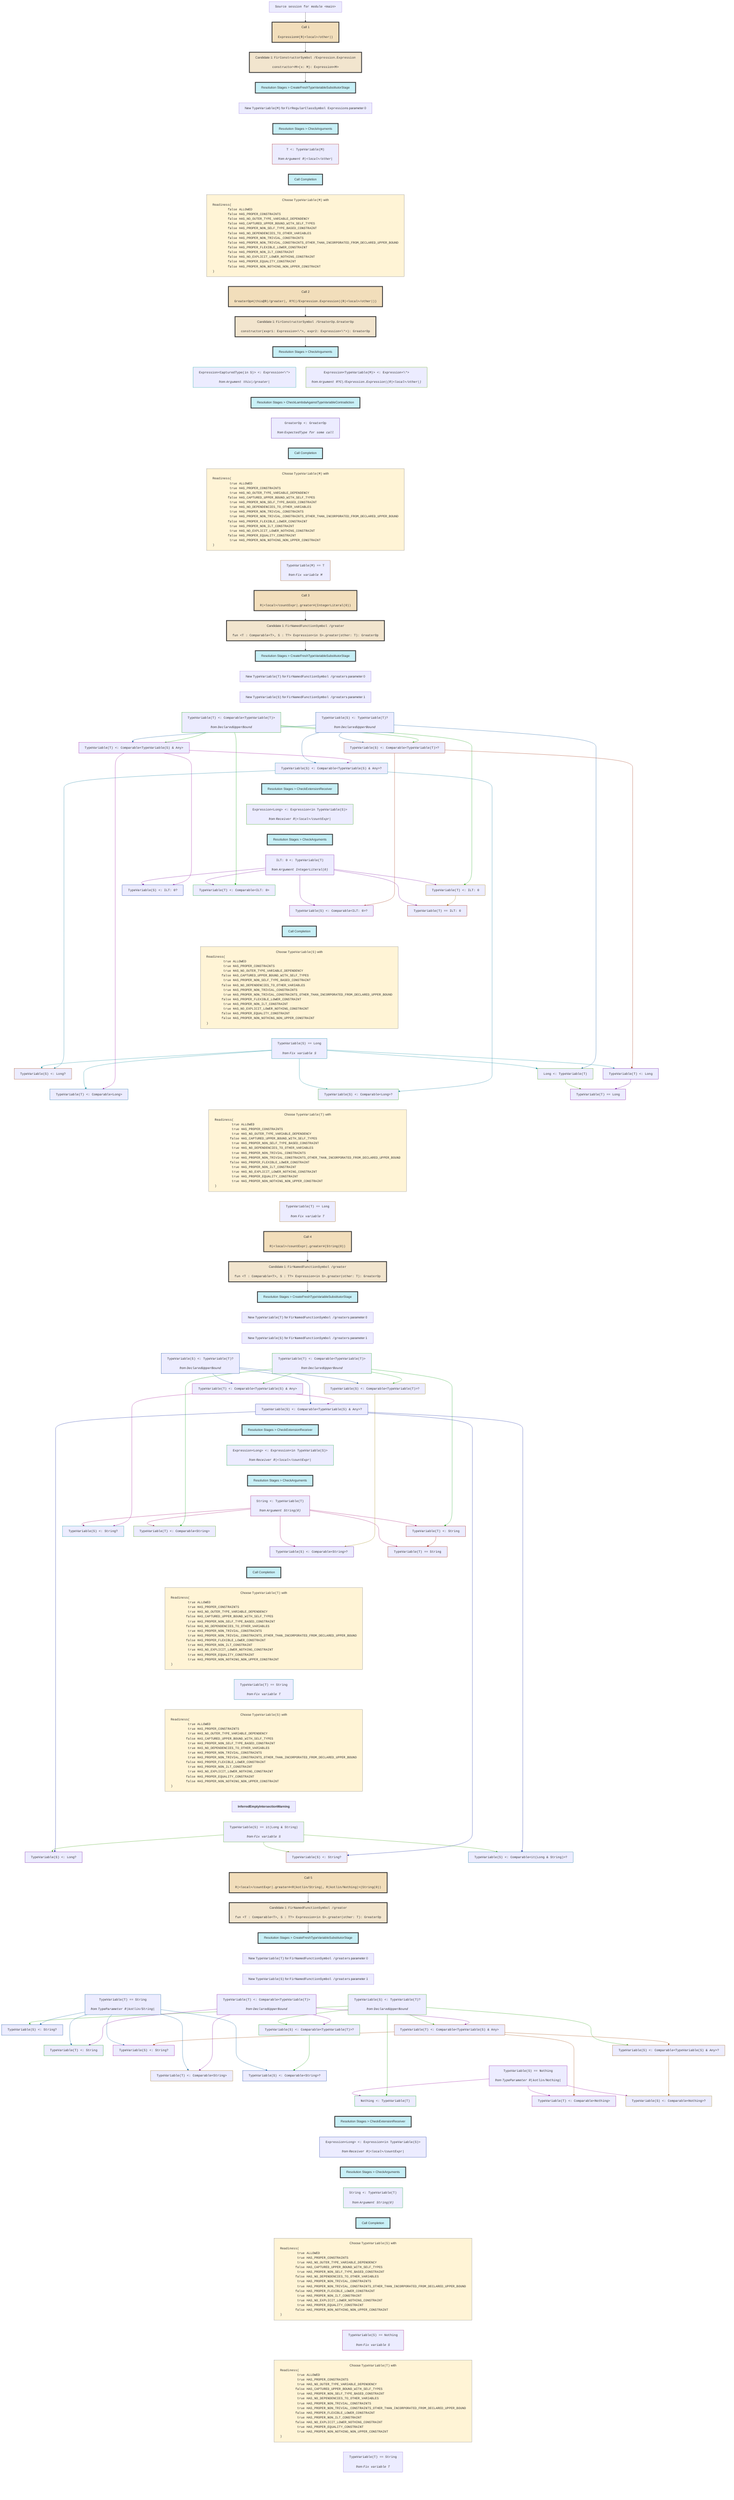
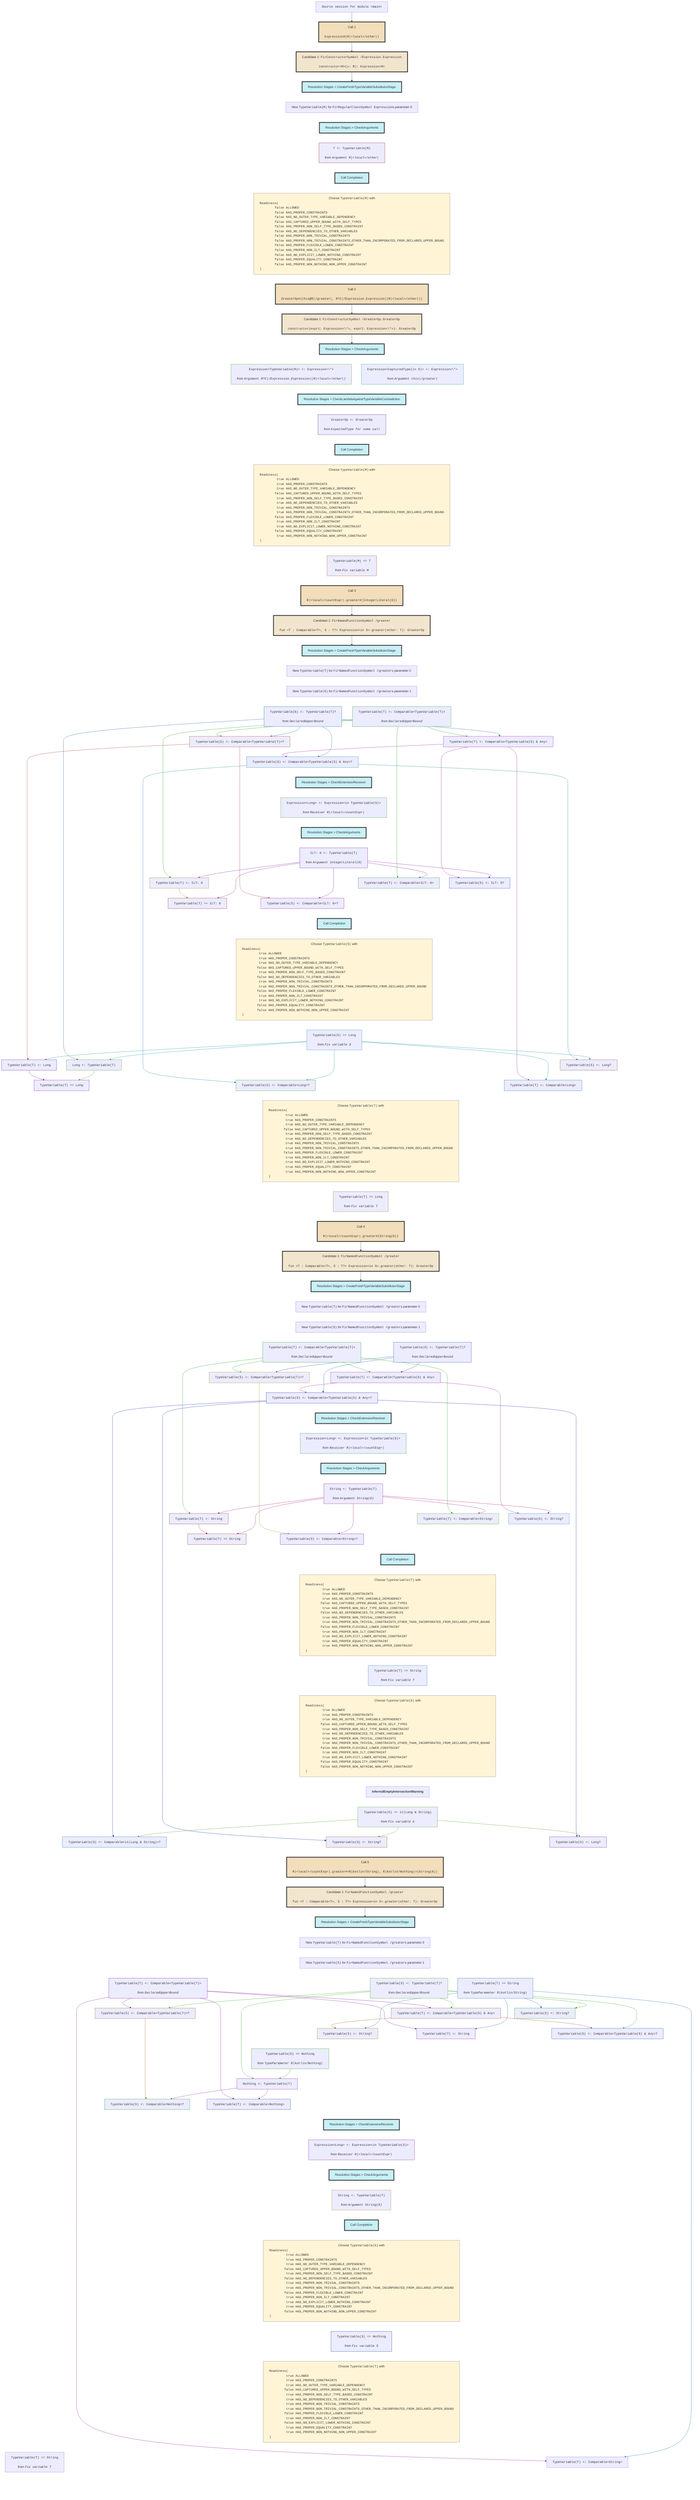
flowchart TD
    classDef nowrapClass text-align:center,white-space:nowrap;
    classDef callStyle fill:#f2debb,stroke:#333,stroke-width:4px;
    classDef candidateStyle fill:#f2e5ce,stroke:#333,stroke-width:4px;
    classDef stageStyle fill:#c8f0f7,stroke:#333,stroke-width:4px;
    classDef readinessStyle fill:#fff4d6,stroke:#777,stroke-width:1px;

    session0["<tt>Source session for module &lt;main></tt>"]
    class session0 nowrapClass;

    session0 --> call1

    call1["Call 1<br><br><pre style="display: inline-block;vertical-align: middle;text-align: left;margin: 0;"><tt>Expression#(R|&lt;local>/other|)</tt></pre>"]
    class call1 nowrapClass;
    class call1 callStyle;

    call1 --> candidate2

    candidate2["Candidate 1: <tt>FirConstructorSymbol /Expression.Expression</tt><br><br><pre style="display: inline-block;vertical-align: middle;text-align: left;margin: 0;"><tt>constructor&lt;M>(x: M): Expression&lt;M></tt></pre>"]
    class candidate2 nowrapClass;
    class candidate2 candidateStyle;

    candidate2 --> stage3

    stage3["Resolution Stages > CreateFreshTypeVariableSubstitutorStage"]
    class stage3 nowrapClass;
    class stage3 stageStyle;

    stage3 ~~~ newVariable4

    newVariable4["New <tt>TypeVariable(M)</tt> for <tt>FirRegularClassSymbol Expression</tt>s parameter 0"]
    class newVariable4 nowrapClass;

    newVariable4 ~~~ stage5

    stage5["Resolution Stages > CheckArguments"]
    class stage5 nowrapClass;
    class stage5 stageStyle;
    constraint6["<tt>T &lt;: TypeVariable(M)</tt><br><br><i><div style="display: inline-block;vertical-align: middle;">from</div> <pre style="display: inline-block;vertical-align: middle;text-align: left;margin: 0;"><tt>Argument R|&lt;local>/other|</tt></pre></i>"]
    class constraint6 nowrapClass;
    stage5 ~~~ constraint6

    constraint6 ~~~ stage7

    stage7["Call Completion"]
    class stage7 nowrapClass;
    class stage7 stageStyle;

    stage7 ~~~ variableReadiness8

    variableReadiness8["Choose <tt>TypeVariable(M)</tt> with <pre style="display: inline-block;vertical-align: middle;text-align: left;margin: 0;"><tt>Readiness(
	false ALLOWED
	false HAS_PROPER_CONSTRAINTS
	false HAS_NO_OUTER_TYPE_VARIABLE_DEPENDENCY
	false HAS_CAPTURED_UPPER_BOUND_WITH_SELF_TYPES
	false HAS_PROPER_NON_SELF_TYPE_BASED_CONSTRAINT
	false HAS_NO_DEPENDENCIES_TO_OTHER_VARIABLES
	false HAS_PROPER_NON_TRIVIAL_CONSTRAINTS
	false HAS_PROPER_NON_TRIVIAL_CONSTRAINTS_OTHER_THAN_INCORPORATED_FROM_DECLARED_UPPER_BOUND
	false HAS_PROPER_FLEXIBLE_LOWER_CONSTRAINT
	false HAS_PROPER_NON_ILT_CONSTRAINT
	false HAS_NO_EXPLICIT_LOWER_NOTHING_CONSTRAINT
	false HAS_PROPER_EQUALITY_CONSTRAINT
	false HAS_PROPER_NON_NOTHING_NON_UPPER_CONSTRAINT
)</tt></pre>"]
    class variableReadiness8 nowrapClass;
    class variableReadiness8 readinessStyle;

    variableReadiness8 ~~~ call9

    call9["Call 2<br><br><pre style="display: inline-block;vertical-align: middle;text-align: left;margin: 0;"><tt>GreaterOp#(this@R|/greater|, R?C|/Expression.Expression|(R|&lt;local>/other|))</tt></pre>"]
    class call9 nowrapClass;
    class call9 callStyle;

    call9 --> candidate10

    candidate10["Candidate 1: <tt>FirConstructorSymbol /GreaterOp.GreaterOp</tt><br><br><pre style="display: inline-block;vertical-align: middle;text-align: left;margin: 0;"><tt>constructor(expr1: Expression&lt;\*>, expr2: Expression&lt;\*>): GreaterOp</tt></pre>"]
    class candidate10 nowrapClass;
    class candidate10 candidateStyle;

    candidate10 --> stage11

    stage11["Resolution Stages > CheckArguments"]
    class stage11 nowrapClass;
    class stage11 stageStyle;
    constraint12["<tt>Expression&lt;CapturedType(in S)> &lt;: Expression&lt;\*></tt><br><br><i><div style="display: inline-block;vertical-align: middle;">from</div> <pre style="display: inline-block;vertical-align: middle;text-align: left;margin: 0;"><tt>Argument this|/greater|</tt></pre></i>"]
    class constraint12 nowrapClass;
    stage11 ~~~ constraint12
    constraint13["<tt>Expression&lt;TypeVariable(M)> &lt;: Expression&lt;\*></tt><br><br><i><div style="display: inline-block;vertical-align: middle;">from</div> <pre style="display: inline-block;vertical-align: middle;text-align: left;margin: 0;"><tt>Argument R?C|/Expression.Expression|(R|&lt;local>/other|)</tt></pre></i>"]
    class constraint13 nowrapClass;
    stage11 ~~~ constraint13

    constraint12 ~~~ stage14
    constraint13 ~~~ stage14

    stage14["Resolution Stages > CheckLambdaAgainstTypeVariableContradiction"]
    class stage14 nowrapClass;
    class stage14 stageStyle;
    constraint15["<tt>GreaterOp &lt;: GreaterOp</tt><br><br><i><div style="display: inline-block;vertical-align: middle;">from</div> <pre style="display: inline-block;vertical-align: middle;text-align: left;margin: 0;"><tt>ExpectedType for some call</tt></pre></i>"]
    class constraint15 nowrapClass;
    stage14 ~~~ constraint15

    constraint15 ~~~ stage16

    stage16["Call Completion"]
    class stage16 nowrapClass;
    class stage16 stageStyle;

    stage16 ~~~ variableReadiness17

    variableReadiness17["Choose <tt>TypeVariable(M)</tt> with <pre style="display: inline-block;vertical-align: middle;text-align: left;margin: 0;"><tt>Readiness(
	 true ALLOWED
	 true HAS_PROPER_CONSTRAINTS
	 true HAS_NO_OUTER_TYPE_VARIABLE_DEPENDENCY
	false HAS_CAPTURED_UPPER_BOUND_WITH_SELF_TYPES
	 true HAS_PROPER_NON_SELF_TYPE_BASED_CONSTRAINT
	 true HAS_NO_DEPENDENCIES_TO_OTHER_VARIABLES
	 true HAS_PROPER_NON_TRIVIAL_CONSTRAINTS
	 true HAS_PROPER_NON_TRIVIAL_CONSTRAINTS_OTHER_THAN_INCORPORATED_FROM_DECLARED_UPPER_BOUND
	false HAS_PROPER_FLEXIBLE_LOWER_CONSTRAINT
	 true HAS_PROPER_NON_ILT_CONSTRAINT
	 true HAS_NO_EXPLICIT_LOWER_NOTHING_CONSTRAINT
	false HAS_PROPER_EQUALITY_CONSTRAINT
	 true HAS_PROPER_NON_NOTHING_NON_UPPER_CONSTRAINT
)</tt></pre>"]
    class variableReadiness17 nowrapClass;
    class variableReadiness17 readinessStyle;
    constraint18["<tt>TypeVariable(M) == T</tt><br><br><i><div style="display: inline-block;vertical-align: middle;">from</div> <pre style="display: inline-block;vertical-align: middle;text-align: left;margin: 0;"><tt>Fix variable M</tt></pre></i>"]
    class constraint18 nowrapClass;
    variableReadiness17 ~~~ constraint18

    constraint18 ~~~ call19

    call19["Call 3<br><br><pre style="display: inline-block;vertical-align: middle;text-align: left;margin: 0;"><tt>R|&lt;local>/countExpr|.greater#(IntegerLiteral(0))</tt></pre>"]
    class call19 nowrapClass;
    class call19 callStyle;

    call19 --> candidate20

    candidate20["Candidate 1: <tt>FirNamedFunctionSymbol /greater</tt><br><br><pre style="display: inline-block;vertical-align: middle;text-align: left;margin: 0;"><tt>fun &lt;T : Comparable&lt;T>, S : T?> Expression&lt;in S>.greater(other: T): GreaterOp
</tt></pre>"]
    class candidate20 nowrapClass;
    class candidate20 candidateStyle;

    candidate20 --> stage21

    stage21["Resolution Stages > CreateFreshTypeVariableSubstitutorStage"]
    class stage21 nowrapClass;
    class stage21 stageStyle;

    stage21 ~~~ newVariable22

    newVariable22["New <tt>TypeVariable(T)</tt> for <tt>FirNamedFunctionSymbol /greater</tt>s parameter 0"]
    class newVariable22 nowrapClass;

    newVariable22 ~~~ newVariable23

    newVariable23["New <tt>TypeVariable(S)</tt> for <tt>FirNamedFunctionSymbol /greater</tt>s parameter 1"]
    class newVariable23 nowrapClass;
    constraint24["<tt>TypeVariable(T) &lt;: Comparable&lt;TypeVariable(T)></tt><br><br><i><div style="display: inline-block;vertical-align: middle;">from</div> <pre style="display: inline-block;vertical-align: middle;text-align: left;margin: 0;"><tt>DeclaredUpperBound</tt></pre></i>"]
    class constraint24 nowrapClass;
    newVariable23 ~~~ constraint24
    constraint25["<tt>TypeVariable(S) &lt;: TypeVariable(T)?</tt><br><br><i><div style="display: inline-block;vertical-align: middle;">from</div> <pre style="display: inline-block;vertical-align: middle;text-align: left;margin: 0;"><tt>DeclaredUpperBound</tt></pre></i>"]
    class constraint25 nowrapClass;
    newVariable23 ~~~ constraint25
    constraint26["<tt>TypeVariable(S) &lt;: Comparable&lt;TypeVariable(T)>?</tt>"]
    class constraint26 nowrapClass;
    constraint25 --> constraint26
    constraint24 --> constraint26
    constraint27["<tt>TypeVariable(T) &lt;: Comparable&lt;TypeVariable(S) &amp; Any></tt>"]
    class constraint27 nowrapClass;
    constraint25 --> constraint27
    constraint24 --> constraint27
    constraint28["<tt>TypeVariable(S) &lt;: Comparable&lt;TypeVariable(S) &amp; Any>?</tt>"]
    class constraint28 nowrapClass;
    constraint25 ---> constraint28
    constraint27 --> constraint28

    constraint26 ~~~~ stage29
    constraint28 ~~~ stage29

    stage29["Resolution Stages > CheckExtensionReceiver"]
    class stage29 nowrapClass;
    class stage29 stageStyle;
    constraint30["<tt>Expression&lt;Long> &lt;: Expression&lt;in TypeVariable(S)></tt><br><br><i><div style="display: inline-block;vertical-align: middle;">from</div> <pre style="display: inline-block;vertical-align: middle;text-align: left;margin: 0;"><tt>Receiver R|&lt;local>/countExpr|</tt></pre></i>"]
    class constraint30 nowrapClass;
    stage29 ~~~ constraint30

    constraint30 ~~~ stage31

    stage31["Resolution Stages > CheckArguments"]
    class stage31 nowrapClass;
    class stage31 stageStyle;
    constraint32["<tt>ILT: 0 &lt;: TypeVariable(T)</tt><br><br><i><div style="display: inline-block;vertical-align: middle;">from</div> <pre style="display: inline-block;vertical-align: middle;text-align: left;margin: 0;"><tt>Argument IntegerLiteral(0)</tt></pre></i>"]
    class constraint32 nowrapClass;
    stage31 ~~~ constraint32
    constraint33["<tt>TypeVariable(T) &lt;: ILT: 0</tt>"]
    class constraint33 nowrapClass;
    constraint32 --> constraint33
    constraint24 --> constraint33
    constraint34["<tt>TypeVariable(S) &lt;: ILT: 0?</tt>"]
    class constraint34 nowrapClass;
    constraint32 --> constraint34
    constraint27 --> constraint34
    constraint35["<tt>TypeVariable(T) &lt;: Comparable&lt;ILT: 0></tt>"]
    class constraint35 nowrapClass;
    constraint32 --> constraint35
    constraint24 --> constraint35
    constraint36["<tt>TypeVariable(S) &lt;: Comparable&lt;ILT: 0>?</tt>"]
    class constraint36 nowrapClass;
    constraint32 ---> constraint36
    constraint26 --> constraint36
    constraint37["<tt>TypeVariable(T) == ILT: 0</tt>"]
    class constraint37 nowrapClass;
    constraint32 ---> constraint37
    constraint33 --> constraint37

    constraint34 ~~~~ stage38
    constraint35 ~~~~ stage38
    constraint36 ~~~ stage38
    constraint37 ~~~ stage38

    stage38["Call Completion"]
    class stage38 nowrapClass;
    class stage38 stageStyle;

    stage38 ~~~ variableReadiness39

    variableReadiness39["Choose <tt>TypeVariable(S)</tt> with <pre style="display: inline-block;vertical-align: middle;text-align: left;margin: 0;"><tt>Readiness(
	 true ALLOWED
	 true HAS_PROPER_CONSTRAINTS
	 true HAS_NO_OUTER_TYPE_VARIABLE_DEPENDENCY
	false HAS_CAPTURED_UPPER_BOUND_WITH_SELF_TYPES
	 true HAS_PROPER_NON_SELF_TYPE_BASED_CONSTRAINT
	false HAS_NO_DEPENDENCIES_TO_OTHER_VARIABLES
	 true HAS_PROPER_NON_TRIVIAL_CONSTRAINTS
	 true HAS_PROPER_NON_TRIVIAL_CONSTRAINTS_OTHER_THAN_INCORPORATED_FROM_DECLARED_UPPER_BOUND
	false HAS_PROPER_FLEXIBLE_LOWER_CONSTRAINT
	 true HAS_PROPER_NON_ILT_CONSTRAINT
	 true HAS_NO_EXPLICIT_LOWER_NOTHING_CONSTRAINT
	false HAS_PROPER_EQUALITY_CONSTRAINT
	false HAS_PROPER_NON_NOTHING_NON_UPPER_CONSTRAINT
)</tt></pre>"]
    class variableReadiness39 nowrapClass;
    class variableReadiness39 readinessStyle;
    constraint41["<tt>TypeVariable(S) == Long</tt><br><br><i><div style="display: inline-block;vertical-align: middle;">from</div> <pre style="display: inline-block;vertical-align: middle;text-align: left;margin: 0;"><tt>Fix variable S</tt></pre></i>"]
    class constraint41 nowrapClass;
    variableReadiness39 ~~~ constraint41
    constraint42["<tt>Long &lt;: TypeVariable(T)</tt>"]
    class constraint42 nowrapClass;
    constraint41 --> constraint42
    constraint25 --> constraint42
    constraint43["<tt>TypeVariable(T) &lt;: Long</tt>"]
    class constraint43 nowrapClass;
    constraint41 --> constraint43
    constraint26 --> constraint43
    constraint44["<tt>TypeVariable(S) &lt;: Long?</tt>"]
    class constraint44 nowrapClass;
    constraint41 --> constraint44
    constraint28 --> constraint44
    constraint45["<tt>TypeVariable(T) &lt;: Comparable&lt;Long></tt>"]
    class constraint45 nowrapClass;
    constraint41 ---> constraint45
    constraint27 --> constraint45
    constraint46["<tt>TypeVariable(S) &lt;: Comparable&lt;Long>?</tt>"]
    class constraint46 nowrapClass;
    constraint41 ---> constraint46
    constraint28 --> constraint46
    constraint47["<tt>TypeVariable(T) == Long</tt>"]
    class constraint47 nowrapClass;
    constraint42 --> constraint47
    constraint43 --> constraint47

    constraint44 ~~~~ variableReadiness40
    constraint45 ~~~ variableReadiness40
    constraint46 ~~~ variableReadiness40
    constraint47 ~~~ variableReadiness40

    variableReadiness40["Choose <tt>TypeVariable(T)</tt> with <pre style="display: inline-block;vertical-align: middle;text-align: left;margin: 0;"><tt>Readiness(
	 true ALLOWED
	 true HAS_PROPER_CONSTRAINTS
	 true HAS_NO_OUTER_TYPE_VARIABLE_DEPENDENCY
	false HAS_CAPTURED_UPPER_BOUND_WITH_SELF_TYPES
	 true HAS_PROPER_NON_SELF_TYPE_BASED_CONSTRAINT
	 true HAS_NO_DEPENDENCIES_TO_OTHER_VARIABLES
	 true HAS_PROPER_NON_TRIVIAL_CONSTRAINTS
	 true HAS_PROPER_NON_TRIVIAL_CONSTRAINTS_OTHER_THAN_INCORPORATED_FROM_DECLARED_UPPER_BOUND
	false HAS_PROPER_FLEXIBLE_LOWER_CONSTRAINT
	 true HAS_PROPER_NON_ILT_CONSTRAINT
	 true HAS_NO_EXPLICIT_LOWER_NOTHING_CONSTRAINT
	 true HAS_PROPER_EQUALITY_CONSTRAINT
	 true HAS_PROPER_NON_NOTHING_NON_UPPER_CONSTRAINT
)</tt></pre>"]
    class variableReadiness40 nowrapClass;
    class variableReadiness40 readinessStyle;
    constraint48["<tt>TypeVariable(T) == Long</tt><br><br><i><div style="display: inline-block;vertical-align: middle;">from</div> <pre style="display: inline-block;vertical-align: middle;text-align: left;margin: 0;"><tt>Fix variable T</tt></pre></i>"]
    class constraint48 nowrapClass;
    variableReadiness40 ~~~ constraint48

    constraint48 ~~~ call49

    call49["Call 4<br><br><pre style="display: inline-block;vertical-align: middle;text-align: left;margin: 0;"><tt>R|&lt;local>/countExpr|.greater#(String(0))</tt></pre>"]
    class call49 nowrapClass;
    class call49 callStyle;

    call49 --> candidate50

    candidate50["Candidate 1: <tt>FirNamedFunctionSymbol /greater</tt><br><br><pre style="display: inline-block;vertical-align: middle;text-align: left;margin: 0;"><tt>fun &lt;T : Comparable&lt;T>, S : T?> Expression&lt;in S>.greater(other: T): GreaterOp
</tt></pre>"]
    class candidate50 nowrapClass;
    class candidate50 candidateStyle;

    candidate50 --> stage51

    stage51["Resolution Stages > CreateFreshTypeVariableSubstitutorStage"]
    class stage51 nowrapClass;
    class stage51 stageStyle;

    stage51 ~~~ newVariable52

    newVariable52["New <tt>TypeVariable(T)</tt> for <tt>FirNamedFunctionSymbol /greater</tt>s parameter 0"]
    class newVariable52 nowrapClass;

    newVariable52 ~~~ newVariable53

    newVariable53["New <tt>TypeVariable(S)</tt> for <tt>FirNamedFunctionSymbol /greater</tt>s parameter 1"]
    class newVariable53 nowrapClass;
    constraint54["<tt>TypeVariable(T) &lt;: Comparable&lt;TypeVariable(T)></tt><br><br><i><div style="display: inline-block;vertical-align: middle;">from</div> <pre style="display: inline-block;vertical-align: middle;text-align: left;margin: 0;"><tt>DeclaredUpperBound</tt></pre></i>"]
    class constraint54 nowrapClass;
    newVariable53 ~~~ constraint54
    constraint55["<tt>TypeVariable(S) &lt;: TypeVariable(T)?</tt><br><br><i><div style="display: inline-block;vertical-align: middle;">from</div> <pre style="display: inline-block;vertical-align: middle;text-align: left;margin: 0;"><tt>DeclaredUpperBound</tt></pre></i>"]
    class constraint55 nowrapClass;
    newVariable53 ~~~ constraint55
    constraint56["<tt>TypeVariable(S) &lt;: Comparable&lt;TypeVariable(T)>?</tt>"]
    class constraint56 nowrapClass;
    constraint55 --> constraint56
    constraint54 --> constraint56
    constraint57["<tt>TypeVariable(T) &lt;: Comparable&lt;TypeVariable(S) &amp; Any></tt>"]
    class constraint57 nowrapClass;
    constraint55 --> constraint57
    constraint54 --> constraint57
    constraint58["<tt>TypeVariable(S) &lt;: Comparable&lt;TypeVariable(S) &amp; Any>?</tt>"]
    class constraint58 nowrapClass;
    constraint55 ---> constraint58
    constraint57 --> constraint58

    constraint56 ~~~~ stage59
    constraint58 ~~~ stage59

    stage59["Resolution Stages > CheckExtensionReceiver"]
    class stage59 nowrapClass;
    class stage59 stageStyle;
    constraint60["<tt>Expression&lt;Long> &lt;: Expression&lt;in TypeVariable(S)></tt><br><br><i><div style="display: inline-block;vertical-align: middle;">from</div> <pre style="display: inline-block;vertical-align: middle;text-align: left;margin: 0;"><tt>Receiver R|&lt;local>/countExpr|</tt></pre></i>"]
    class constraint60 nowrapClass;
    stage59 ~~~ constraint60

    constraint60 ~~~ stage61

    stage61["Resolution Stages > CheckArguments"]
    class stage61 nowrapClass;
    class stage61 stageStyle;
    constraint62["<tt>String &lt;: TypeVariable(T)</tt><br><br><i><div style="display: inline-block;vertical-align: middle;">from</div> <pre style="display: inline-block;vertical-align: middle;text-align: left;margin: 0;"><tt>Argument String(0)</tt></pre></i>"]
    class constraint62 nowrapClass;
    stage61 ~~~ constraint62
    constraint63["<tt>TypeVariable(T) &lt;: String</tt>"]
    class constraint63 nowrapClass;
    constraint62 --> constraint63
    constraint54 --> constraint63
    constraint64["<tt>TypeVariable(S) &lt;: String?</tt>"]
    class constraint64 nowrapClass;
    constraint62 --> constraint64
    constraint57 --> constraint64
    constraint65["<tt>TypeVariable(T) &lt;: Comparable&lt;String></tt>"]
    class constraint65 nowrapClass;
    constraint62 --> constraint65
    constraint54 --> constraint65
    constraint66["<tt>TypeVariable(S) &lt;: Comparable&lt;String>?</tt>"]
    class constraint66 nowrapClass;
    constraint62 ---> constraint66
    constraint56 --> constraint66
    constraint67["<tt>TypeVariable(T) == String</tt>"]
    class constraint67 nowrapClass;
    constraint62 ---> constraint67
    constraint63 --> constraint67

    constraint64 ~~~~ stage68
    constraint65 ~~~~ stage68
    constraint66 ~~~ stage68
    constraint67 ~~~ stage68

    stage68["Call Completion"]
    class stage68 nowrapClass;
    class stage68 stageStyle;

    stage68 ~~~ variableReadiness69

    variableReadiness69["Choose <tt>TypeVariable(T)</tt> with <pre style="display: inline-block;vertical-align: middle;text-align: left;margin: 0;"><tt>Readiness(
	 true ALLOWED
	 true HAS_PROPER_CONSTRAINTS
	 true HAS_NO_OUTER_TYPE_VARIABLE_DEPENDENCY
	false HAS_CAPTURED_UPPER_BOUND_WITH_SELF_TYPES
	 true HAS_PROPER_NON_SELF_TYPE_BASED_CONSTRAINT
	false HAS_NO_DEPENDENCIES_TO_OTHER_VARIABLES
	 true HAS_PROPER_NON_TRIVIAL_CONSTRAINTS
	 true HAS_PROPER_NON_TRIVIAL_CONSTRAINTS_OTHER_THAN_INCORPORATED_FROM_DECLARED_UPPER_BOUND
	false HAS_PROPER_FLEXIBLE_LOWER_CONSTRAINT
	 true HAS_PROPER_NON_ILT_CONSTRAINT
	 true HAS_NO_EXPLICIT_LOWER_NOTHING_CONSTRAINT
	 true HAS_PROPER_EQUALITY_CONSTRAINT
	 true HAS_PROPER_NON_NOTHING_NON_UPPER_CONSTRAINT
)</tt></pre>"]
    class variableReadiness69 nowrapClass;
    class variableReadiness69 readinessStyle;
    constraint72["<tt>TypeVariable(T) == String</tt><br><br><i><div style="display: inline-block;vertical-align: middle;">from</div> <pre style="display: inline-block;vertical-align: middle;text-align: left;margin: 0;"><tt>Fix variable T</tt></pre></i>"]
    class constraint72 nowrapClass;
    variableReadiness69 ~~~ constraint72

    constraint72 ~~~ variableReadiness70

    variableReadiness70["Choose <tt>TypeVariable(S)</tt> with <pre style="display: inline-block;vertical-align: middle;text-align: left;margin: 0;"><tt>Readiness(
	 true ALLOWED
	 true HAS_PROPER_CONSTRAINTS
	 true HAS_NO_OUTER_TYPE_VARIABLE_DEPENDENCY
	false HAS_CAPTURED_UPPER_BOUND_WITH_SELF_TYPES
	 true HAS_PROPER_NON_SELF_TYPE_BASED_CONSTRAINT
	 true HAS_NO_DEPENDENCIES_TO_OTHER_VARIABLES
	 true HAS_PROPER_NON_TRIVIAL_CONSTRAINTS
	 true HAS_PROPER_NON_TRIVIAL_CONSTRAINTS_OTHER_THAN_INCORPORATED_FROM_DECLARED_UPPER_BOUND
	false HAS_PROPER_FLEXIBLE_LOWER_CONSTRAINT
	 true HAS_PROPER_NON_ILT_CONSTRAINT
	 true HAS_NO_EXPLICIT_LOWER_NOTHING_CONSTRAINT
	false HAS_PROPER_EQUALITY_CONSTRAINT
	false HAS_PROPER_NON_NOTHING_NON_UPPER_CONSTRAINT
)</tt></pre>"]
    class variableReadiness70 nowrapClass;
    class variableReadiness70 readinessStyle;

    variableReadiness70 ~~~ error71

    error71["<b>InferredEmptyIntersectionWarning<b>"]
    class error71 nowrapClass;
    constraint73["<tt>TypeVariable(S) == it(Long &amp; String)</tt><br><br><i><div style="display: inline-block;vertical-align: middle;">from</div> <pre style="display: inline-block;vertical-align: middle;text-align: left;margin: 0;"><tt>Fix variable S</tt></pre></i>"]
    class constraint73 nowrapClass;
    error71 ~~~ constraint73
    constraint74["<tt>TypeVariable(S) &lt;: Long?</tt>"]
    class constraint74 nowrapClass;
    constraint73 --> constraint74
    constraint58 --> constraint74
    constraint75["<tt>TypeVariable(S) &lt;: String?</tt>"]
    class constraint75 nowrapClass;
    constraint73 --> constraint75
    constraint58 --> constraint75
    constraint76["<tt>TypeVariable(S) &lt;: Comparable&lt;it(Long &amp; String)>?</tt>"]
    class constraint76 nowrapClass;
    constraint73 --> constraint76
    constraint58 --> constraint76

    constraint74 ~~~ call77
    constraint75 ~~~ call77
    constraint76 ~~~ call77

    call77["Call 5<br><br><pre style="display: inline-block;vertical-align: middle;text-align: left;margin: 0;"><tt>R|&lt;local>/countExpr|.greater#&lt;R|kotlin/String|, R|kotlin/Nothing|>(String(0))</tt></pre>"]
    class call77 nowrapClass;
    class call77 callStyle;

    call77 --> candidate78

    candidate78["Candidate 1: <tt>FirNamedFunctionSymbol /greater</tt><br><br><pre style="display: inline-block;vertical-align: middle;text-align: left;margin: 0;"><tt>fun &lt;T : Comparable&lt;T>, S : T?> Expression&lt;in S>.greater(other: T): GreaterOp
</tt></pre>"]
    class candidate78 nowrapClass;
    class candidate78 candidateStyle;

    candidate78 --> stage79

    stage79["Resolution Stages > CreateFreshTypeVariableSubstitutorStage"]
    class stage79 nowrapClass;
    class stage79 stageStyle;

    stage79 ~~~ newVariable80

    newVariable80["New <tt>TypeVariable(T)</tt> for <tt>FirNamedFunctionSymbol /greater</tt>s parameter 0"]
    class newVariable80 nowrapClass;

    newVariable80 ~~~ newVariable81

    newVariable81["New <tt>TypeVariable(S)</tt> for <tt>FirNamedFunctionSymbol /greater</tt>s parameter 1"]
    class newVariable81 nowrapClass;
    constraint82["<tt>TypeVariable(T) &lt;: Comparable&lt;TypeVariable(T)></tt><br><br><i><div style="display: inline-block;vertical-align: middle;">from</div> <pre style="display: inline-block;vertical-align: middle;text-align: left;margin: 0;"><tt>DeclaredUpperBound</tt></pre></i>"]
    class constraint82 nowrapClass;
    newVariable81 ~~~ constraint82
    constraint83["<tt>TypeVariable(S) &lt;: TypeVariable(T)?</tt><br><br><i><div style="display: inline-block;vertical-align: middle;">from</div> <pre style="display: inline-block;vertical-align: middle;text-align: left;margin: 0;"><tt>DeclaredUpperBound</tt></pre></i>"]
    class constraint83 nowrapClass;
    newVariable81 ~~~ constraint83
    constraint84["<tt>TypeVariable(S) &lt;: Comparable&lt;TypeVariable(T)>?</tt>"]
    class constraint84 nowrapClass;
    constraint83 --> constraint84
    constraint82 --> constraint84
    constraint85["<tt>TypeVariable(T) &lt;: Comparable&lt;TypeVariable(S) &amp; Any></tt>"]
    class constraint85 nowrapClass;
    constraint83 --> constraint85
    constraint82 --> constraint85
    constraint86["<tt>TypeVariable(S) &lt;: Comparable&lt;TypeVariable(S) &amp; Any>?</tt>"]
    class constraint86 nowrapClass;
    constraint83 ---> constraint86
    constraint85 --> constraint86
    constraint87["<tt>TypeVariable(T) == String</tt><br><br><i><div style="display: inline-block;vertical-align: middle;">from</div> <pre style="display: inline-block;vertical-align: middle;text-align: left;margin: 0;"><tt>TypeParameter R|kotlin/String|</tt></pre></i>"]
    class constraint87 nowrapClass;
    newVariable81 ~~~ constraint87
    constraint88["<tt>TypeVariable(S) &lt;: String?</tt>"]
    class constraint88 nowrapClass;
    constraint83 --> constraint88
    constraint87 --> constraint88
    constraint89["<tt>TypeVariable(T) &lt;: String</tt>"]
    class constraint89 nowrapClass;
    constraint87 ---> constraint89
    constraint82 ---> constraint89
    constraint90["<tt>TypeVariable(S) &lt;: String?</tt>"]
    class constraint90 nowrapClass;
    constraint87 ---> constraint90
    constraint85 --> constraint90
-     constraint91["<tt>TypeVariable(T) &lt;: Comparable&lt;String></tt>"]
+     constraint91["<tt>TypeVariable(S) == Nothing</tt><br><br><i><div style="display: inline-block;vertical-align: middle;">from</div> <pre style="display: inline-block;vertical-align: middle;text-align: left;margin: 0;"><tt>TypeParameter R|kotlin/Nothing|</tt></pre></i>"]
    class constraint91 nowrapClass;
-     constraint87 ----> constraint91
-     constraint82 ----> constraint91
-     constraint92["<tt>TypeVariable(S) &lt;: Comparable&lt;String>?</tt>"]
+     newVariable81 ~~~~~~ constraint91
+     constraint92["<tt>Nothing &lt;: TypeVariable(T)</tt>"]
    class constraint92 nowrapClass;
-     constraint87 ----> constraint92
-     constraint84 ---> constraint92
-     constraint93["<tt>TypeVariable(S) == Nothing</tt><br><br><i><div style="display: inline-block;vertical-align: middle;">from</div> <pre style="display: inline-block;vertical-align: middle;text-align: left;margin: 0;"><tt>TypeParameter R|kotlin/Nothing|</tt></pre></i>"]
+     constraint91 --> constraint92
+     constraint83 -----> constraint92
+     constraint93["<tt>TypeVariable(T) &lt;: Comparable&lt;Nothing></tt>"]
    class constraint93 nowrapClass;
-     newVariable81 ~~~~~~ constraint93
-     constraint94["<tt>Nothing &lt;: TypeVariable(T)</tt>"]
+     constraint92 --> constraint93
+     constraint82 ------> constraint93
+     constraint94["<tt>TypeVariable(S) &lt;: Comparable&lt;Nothing>?</tt>"]
    class constraint94 nowrapClass;
-     constraint93 --> constraint94
-     constraint83 -----> constraint94
-     constraint95["<tt>TypeVariable(T) &lt;: Comparable&lt;Nothing></tt>"]
-     class constraint95 nowrapClass;
-     constraint93 --> constraint95
-     constraint85 ----> constraint95
-     constraint96["<tt>TypeVariable(S) &lt;: Comparable&lt;Nothing>?</tt>"]
+     constraint92 --> constraint94
+     constraint84 -----> constraint94
+ 
+     constraint86 ~~~~~~ stage95
+     constraint88 ~~~~~~~ stage95
+     constraint89 ~~~~~~ stage95
+     constraint90 ~~~~~~ stage95
+     constraint93 ~~~ stage95
+     constraint94 ~~~ stage95
+ 
+     stage95["Resolution Stages > CheckExtensionReceiver"]
+     class stage95 nowrapClass;
+     class stage95 stageStyle;
+     constraint96["<tt>Expression&lt;Long> &lt;: Expression&lt;in TypeVariable(S)></tt><br><br><i><div style="display: inline-block;vertical-align: middle;">from</div> <pre style="display: inline-block;vertical-align: middle;text-align: left;margin: 0;"><tt>Receiver R|&lt;local>/countExpr|</tt></pre></i>"]
    class constraint96 nowrapClass;
-     constraint93 --> constraint96
-     constraint86 ---> constraint96
- 
-     constraint88 ~~~~~~ stage97
-     constraint89 ~~~~~ stage97
-     constraint90 ~~~~~ stage97
-     constraint91 ~~~~ stage97
-     constraint92 ~~~~ stage97
-     constraint94 ~~~ stage97
-     constraint95 ~~~ stage97
+     stage95 ~~~ constraint96
+ 
    constraint96 ~~~ stage97

-     stage97["Resolution Stages > CheckExtensionReceiver"]
+     stage97["Resolution Stages > CheckArguments"]
    class stage97 nowrapClass;
    class stage97 stageStyle;
-     constraint98["<tt>Expression&lt;Long> &lt;: Expression&lt;in TypeVariable(S)></tt><br><br><i><div style="display: inline-block;vertical-align: middle;">from</div> <pre style="display: inline-block;vertical-align: middle;text-align: left;margin: 0;"><tt>Receiver R|&lt;local>/countExpr|</tt></pre></i>"]
+     constraint98["<tt>String &lt;: TypeVariable(T)</tt><br><br><i><div style="display: inline-block;vertical-align: middle;">from</div> <pre style="display: inline-block;vertical-align: middle;text-align: left;margin: 0;"><tt>Argument String(0)</tt></pre></i>"]
    class constraint98 nowrapClass;
    stage97 ~~~ constraint98

    constraint98 ~~~ stage99

-     stage99["Resolution Stages > CheckArguments"]
+     stage99["Call Completion"]
    class stage99 nowrapClass;
    class stage99 stageStyle;
-     constraint100["<tt>String &lt;: TypeVariable(T)</tt><br><br><i><div style="display: inline-block;vertical-align: middle;">from</div> <pre style="display: inline-block;vertical-align: middle;text-align: left;margin: 0;"><tt>Argument String(0)</tt></pre></i>"]
-     class constraint100 nowrapClass;
-     stage99 ~~~ constraint100
- 
-     constraint100 ~~~ stage101
- 
-     stage101["Call Completion"]
-     class stage101 nowrapClass;
-     class stage101 stageStyle;
- 
-     stage101 ~~~ variableReadiness102
- 
-     variableReadiness102["Choose <tt>TypeVariable(S)</tt> with <pre style="display: inline-block;vertical-align: middle;text-align: left;margin: 0;"><tt>Readiness(
+ 
+     stage99 ~~~ variableReadiness100
+ 
+     variableReadiness100["Choose <tt>TypeVariable(S)</tt> with <pre style="display: inline-block;vertical-align: middle;text-align: left;margin: 0;"><tt>Readiness(
	 true ALLOWED
	 true HAS_PROPER_CONSTRAINTS
	 true HAS_NO_OUTER_TYPE_VARIABLE_DEPENDENCY
	false HAS_CAPTURED_UPPER_BOUND_WITH_SELF_TYPES
	 true HAS_PROPER_NON_SELF_TYPE_BASED_CONSTRAINT
	false HAS_NO_DEPENDENCIES_TO_OTHER_VARIABLES
	 true HAS_PROPER_NON_TRIVIAL_CONSTRAINTS
	 true HAS_PROPER_NON_TRIVIAL_CONSTRAINTS_OTHER_THAN_INCORPORATED_FROM_DECLARED_UPPER_BOUND
	false HAS_PROPER_FLEXIBLE_LOWER_CONSTRAINT
	 true HAS_PROPER_NON_ILT_CONSTRAINT
	 true HAS_NO_EXPLICIT_LOWER_NOTHING_CONSTRAINT
	 true HAS_PROPER_EQUALITY_CONSTRAINT
	false HAS_PROPER_NON_NOTHING_NON_UPPER_CONSTRAINT
)</tt></pre>"]
-     class variableReadiness102 nowrapClass;
-     class variableReadiness102 readinessStyle;
-     constraint104["<tt>TypeVariable(S) == Nothing</tt><br><br><i><div style="display: inline-block;vertical-align: middle;">from</div> <pre style="display: inline-block;vertical-align: middle;text-align: left;margin: 0;"><tt>Fix variable S</tt></pre></i>"]
-     class constraint104 nowrapClass;
-     variableReadiness102 ~~~ constraint104
- 
-     constraint104 ~~~ variableReadiness103
- 
-     variableReadiness103["Choose <tt>TypeVariable(T)</tt> with <pre style="display: inline-block;vertical-align: middle;text-align: left;margin: 0;"><tt>Readiness(
+     class variableReadiness100 nowrapClass;
+     class variableReadiness100 readinessStyle;
+     constraint102["<tt>TypeVariable(S) == Nothing</tt><br><br><i><div style="display: inline-block;vertical-align: middle;">from</div> <pre style="display: inline-block;vertical-align: middle;text-align: left;margin: 0;"><tt>Fix variable S</tt></pre></i>"]
+     class constraint102 nowrapClass;
+     variableReadiness100 ~~~ constraint102
+ 
+     constraint102 ~~~ variableReadiness101
+ 
+     variableReadiness101["Choose <tt>TypeVariable(T)</tt> with <pre style="display: inline-block;vertical-align: middle;text-align: left;margin: 0;"><tt>Readiness(
	 true ALLOWED
	 true HAS_PROPER_CONSTRAINTS
	 true HAS_NO_OUTER_TYPE_VARIABLE_DEPENDENCY
	false HAS_CAPTURED_UPPER_BOUND_WITH_SELF_TYPES
	 true HAS_PROPER_NON_SELF_TYPE_BASED_CONSTRAINT
	 true HAS_NO_DEPENDENCIES_TO_OTHER_VARIABLES
	 true HAS_PROPER_NON_TRIVIAL_CONSTRAINTS
	 true HAS_PROPER_NON_TRIVIAL_CONSTRAINTS_OTHER_THAN_INCORPORATED_FROM_DECLARED_UPPER_BOUND
	false HAS_PROPER_FLEXIBLE_LOWER_CONSTRAINT
	 true HAS_PROPER_NON_ILT_CONSTRAINT
	false HAS_NO_EXPLICIT_LOWER_NOTHING_CONSTRAINT
	 true HAS_PROPER_EQUALITY_CONSTRAINT
	 true HAS_PROPER_NON_NOTHING_NON_UPPER_CONSTRAINT
)</tt></pre>"]
-     class variableReadiness103 nowrapClass;
-     class variableReadiness103 readinessStyle;
-     constraint105["<tt>TypeVariable(T) == String</tt><br><br><i><div style="display: inline-block;vertical-align: middle;">from</div> <pre style="display: inline-block;vertical-align: middle;text-align: left;margin: 0;"><tt>Fix variable T</tt></pre></i>"]
-     class constraint105 nowrapClass;
-     variableReadiness103 ~~~ constraint105
+     class variableReadiness101 nowrapClass;
+     class variableReadiness101 readinessStyle;
+     constraint103["<tt>TypeVariable(T) == String</tt><br><br><i><div style="display: inline-block;vertical-align: middle;">from</div> <pre style="display: inline-block;vertical-align: middle;text-align: left;margin: 0;"><tt>Fix variable T</tt></pre></i>"]
+     class constraint103 nowrapClass;
+     variableReadiness101 ~~~ constraint103
+     constraint104["<tt>TypeVariable(T) &lt;: Comparable&lt;String></tt>"]
+     class constraint104 nowrapClass;
+     variableReadiness101 ~~~ constraint104
+     constraint87 --> constraint104
+     constraint82 --> constraint104

    linkStyle 6 stroke:#990000
    linkStyle 13 stroke:#009999
    linkStyle 14 stroke:#4c9900
    linkStyle 16 stroke:#4c0099
    linkStyle 19 stroke:#994900
    linkStyle 26 stroke:#004f99
    linkStyle 27 stroke:#039900
    linkStyle 28 stroke:#004f99
    linkStyle 29 stroke:#039900
    linkStyle 30 stroke:#004f99
    linkStyle 31 stroke:#950099
    linkStyle 32 stroke:#992400
    linkStyle 33 stroke:#007499
    linkStyle 35 stroke:#279900
    linkStyle 37 stroke:#710099
    linkStyle 38 stroke:#039900
    linkStyle 39 stroke:#710099
    linkStyle 40 stroke:#950099
    linkStyle 41 stroke:#710099
    linkStyle 42 stroke:#039900
    linkStyle 43 stroke:#710099
    linkStyle 44 stroke:#992400
    linkStyle 45 stroke:#710099
    linkStyle 46 stroke:#996d00
    linkStyle 47 stroke:#002b99
    linkStyle 48 stroke:#009921
    linkStyle 49 stroke:#990077
    linkStyle 50 stroke:#991200
    linkStyle 53 stroke:#008699
    linkStyle 54 stroke:#004f99
    linkStyle 55 stroke:#008699
    linkStyle 56 stroke:#992400
    linkStyle 57 stroke:#008699
    linkStyle 58 stroke:#007499
    linkStyle 59 stroke:#008699
    linkStyle 60 stroke:#950099
    linkStyle 61 stroke:#008699
    linkStyle 62 stroke:#007499
    linkStyle 63 stroke:#3a9900
    linkStyle 64 stroke:#5e0099
    linkStyle 65 stroke:#993600
    linkStyle 66 stroke:#006299
    linkStyle 67 stroke:#159900
    linkStyle 68 stroke:#830099
    linkStyle 70 stroke:#995b00
    linkStyle 77 stroke:#003d99
    linkStyle 78 stroke:#00990e
    linkStyle 79 stroke:#003d99
    linkStyle 80 stroke:#00990e
    linkStyle 81 stroke:#003d99
    linkStyle 82 stroke:#99008a
    linkStyle 83 stroke:#997f00
    linkStyle 84 stroke:#001999
    linkStyle 86 stroke:#009933
    linkStyle 88 stroke:#990065
    linkStyle 89 stroke:#00990e
    linkStyle 90 stroke:#990065
    linkStyle 91 stroke:#99008a
    linkStyle 92 stroke:#990065
    linkStyle 93 stroke:#00990e
    linkStyle 94 stroke:#990065
    linkStyle 95 stroke:#997f00
    linkStyle 96 stroke:#990065
    linkStyle 97 stroke:#990900
    linkStyle 98 stroke:#008f99
    linkStyle 99 stroke:#439900
    linkStyle 100 stroke:#550099
    linkStyle 101 stroke:#991b00
    linkStyle 104 stroke:#007d99
    linkStyle 107 stroke:#319900
    linkStyle 108 stroke:#001999
    linkStyle 109 stroke:#319900
    linkStyle 110 stroke:#001999
    linkStyle 111 stroke:#319900
    linkStyle 112 stroke:#001999
    linkStyle 113 stroke:#670099
    linkStyle 114 stroke:#992d00
    linkStyle 115 stroke:#006b99
    linkStyle 122 stroke:#1e9900
    linkStyle 123 stroke:#7a0099
    linkStyle 124 stroke:#1e9900
    linkStyle 125 stroke:#7a0099
    linkStyle 126 stroke:#1e9900
    linkStyle 127 stroke:#993f00
    linkStyle 129 stroke:#1e9900
    linkStyle 130 stroke:#005999
    linkStyle 131 stroke:#005999
    linkStyle 132 stroke:#7a0099
    linkStyle 133 stroke:#005999
    linkStyle 134 stroke:#993f00
-     linkStyle 135 stroke:#005999
-     linkStyle 136 stroke:#7a0099
-     linkStyle 137 stroke:#005999
-     linkStyle 138 stroke:#0c9900
+     linkStyle 136 stroke:#0c9900
+     linkStyle 137 stroke:#1e9900
+     linkStyle 138 stroke:#8c0099
+     linkStyle 139 stroke:#7a0099
    linkStyle 140 stroke:#8c0099
-     linkStyle 141 stroke:#1e9900
-     linkStyle 142 stroke:#8c0099
-     linkStyle 143 stroke:#993f00
-     linkStyle 144 stroke:#8c0099
-     linkStyle 145 stroke:#995200
-     linkStyle 146 stroke:#004699
-     linkStyle 147 stroke:#009905
-     linkStyle 148 stroke:#990093
-     linkStyle 149 stroke:#996400
-     linkStyle 150 stroke:#003499
-     linkStyle 151 stroke:#009917
-     linkStyle 152 stroke:#990081
-     linkStyle 153 stroke:#997600
-     linkStyle 155 stroke:#002299
-     linkStyle 157 stroke:#00992a
-     linkStyle 160 stroke:#99006e
+     linkStyle 141 stroke:#995200
+     linkStyle 142 stroke:#004699
+     linkStyle 143 stroke:#009905
+     linkStyle 144 stroke:#990093
+     linkStyle 145 stroke:#996400
+     linkStyle 146 stroke:#003499
+     linkStyle 147 stroke:#009917
+     linkStyle 149 stroke:#990081
+     linkStyle 151 stroke:#997600
+     linkStyle 154 stroke:#002299
+     linkStyle 157 stroke:#005999
+     linkStyle 158 stroke:#7a0099
    style constraint6 stroke:#990000;
    style constraint12 stroke:#009999;
    style constraint13 stroke:#4c9900;
    style constraint15 stroke:#4c0099;
    style constraint18 stroke:#994900;
    style constraint25 stroke:#004f99;
    style constraint24 stroke:#039900;
    style constraint27 stroke:#950099;
    style constraint26 stroke:#992400;
    style constraint28 stroke:#007499;
    style constraint30 stroke:#279900;
    style constraint32 stroke:#710099;
    style constraint33 stroke:#996d00;
    style constraint34 stroke:#002b99;
    style constraint35 stroke:#009921;
    style constraint36 stroke:#990077;
    style constraint37 stroke:#991200;
    style constraint41 stroke:#008699;
    style constraint42 stroke:#3a9900;
    style constraint43 stroke:#5e0099;
    style constraint44 stroke:#993600;
    style constraint45 stroke:#006299;
    style constraint46 stroke:#159900;
    style constraint47 stroke:#830099;
    style constraint48 stroke:#995b00;
    style constraint55 stroke:#003d99;
    style constraint54 stroke:#00990e;
    style constraint57 stroke:#99008a;
    style constraint56 stroke:#997f00;
    style constraint58 stroke:#001999;
    style constraint60 stroke:#009933;
    style constraint62 stroke:#990065;
    style constraint63 stroke:#990900;
    style constraint64 stroke:#008f99;
    style constraint65 stroke:#439900;
    style constraint66 stroke:#550099;
    style constraint67 stroke:#991b00;
    style constraint72 stroke:#007d99;
    style constraint73 stroke:#319900;
    style constraint74 stroke:#670099;
    style constraint75 stroke:#992d00;
    style constraint76 stroke:#006b99;
    style constraint83 stroke:#1e9900;
    style constraint82 stroke:#7a0099;
    style constraint85 stroke:#993f00;
    style constraint87 stroke:#005999;
-     style constraint84 stroke:#0c9900;
-     style constraint93 stroke:#8c0099;
-     style constraint86 stroke:#995200;
-     style constraint88 stroke:#004699;
-     style constraint89 stroke:#009905;
-     style constraint90 stroke:#990093;
-     style constraint91 stroke:#996400;
-     style constraint92 stroke:#003499;
+     style constraint91 stroke:#0c9900;
+     style constraint92 stroke:#8c0099;
+     style constraint84 stroke:#995200;
+     style constraint86 stroke:#004699;
+     style constraint88 stroke:#009905;
+     style constraint89 stroke:#990093;
+     style constraint90 stroke:#996400;
+     style constraint93 stroke:#003499;
    style constraint94 stroke:#009917;
-     style constraint95 stroke:#990081;
-     style constraint96 stroke:#997600;
-     style constraint98 stroke:#002299;
-     style constraint100 stroke:#00992a;
-     style constraint104 stroke:#99006e;
+     style constraint96 stroke:#990081;
+     style constraint98 stroke:#997600;
+     style constraint102 stroke:#002299;
